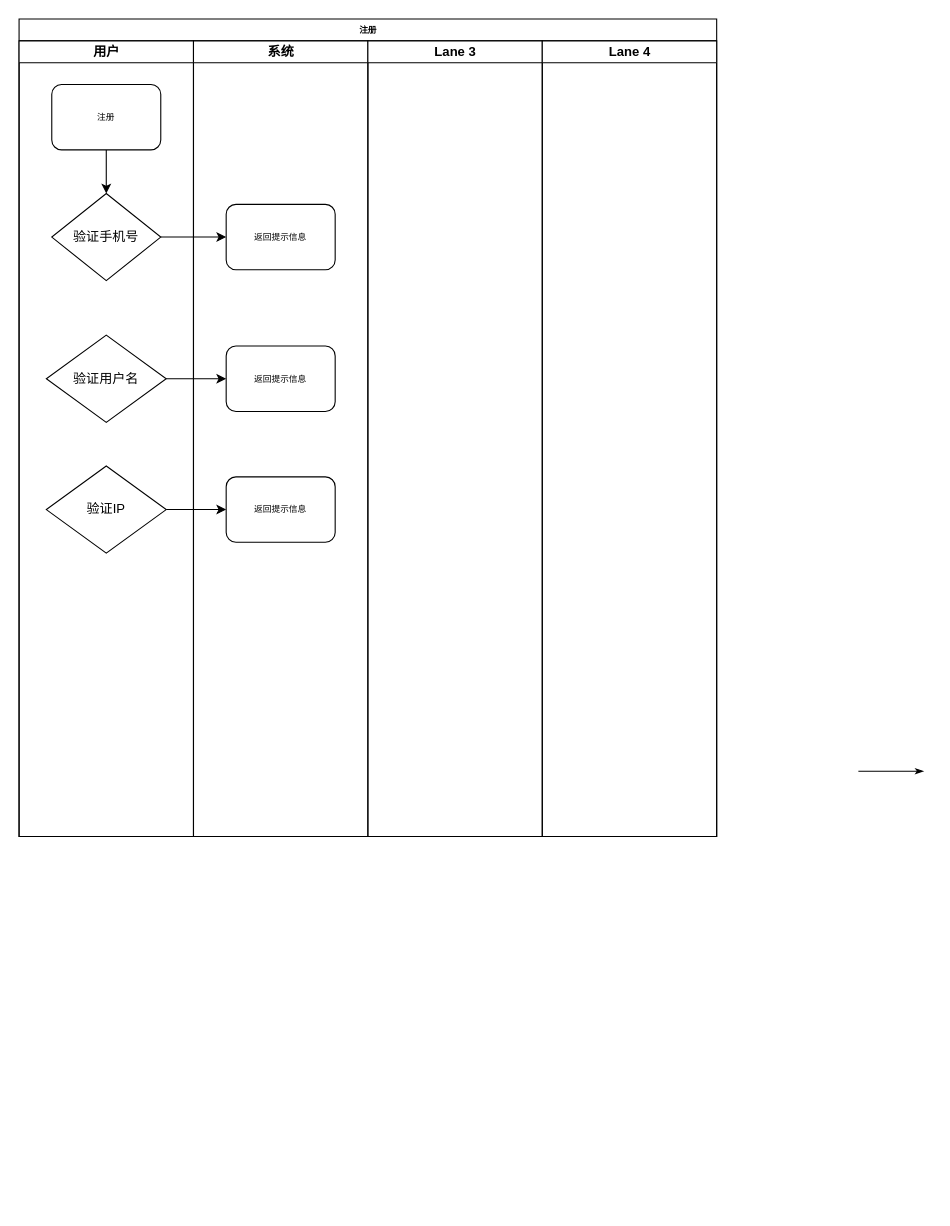
This is 注册登录.drawio from chendong-1/draw, a draw.io file, before an edit. Source tidied: cells renumbered, new cells numbered last; positions are measured from the earlier drawing's top-left corner, leaving out a move shared by most shapes. Both pictures are drawn from the tidied source at 109%, with x=0, y=0 at pixel (19, 19).
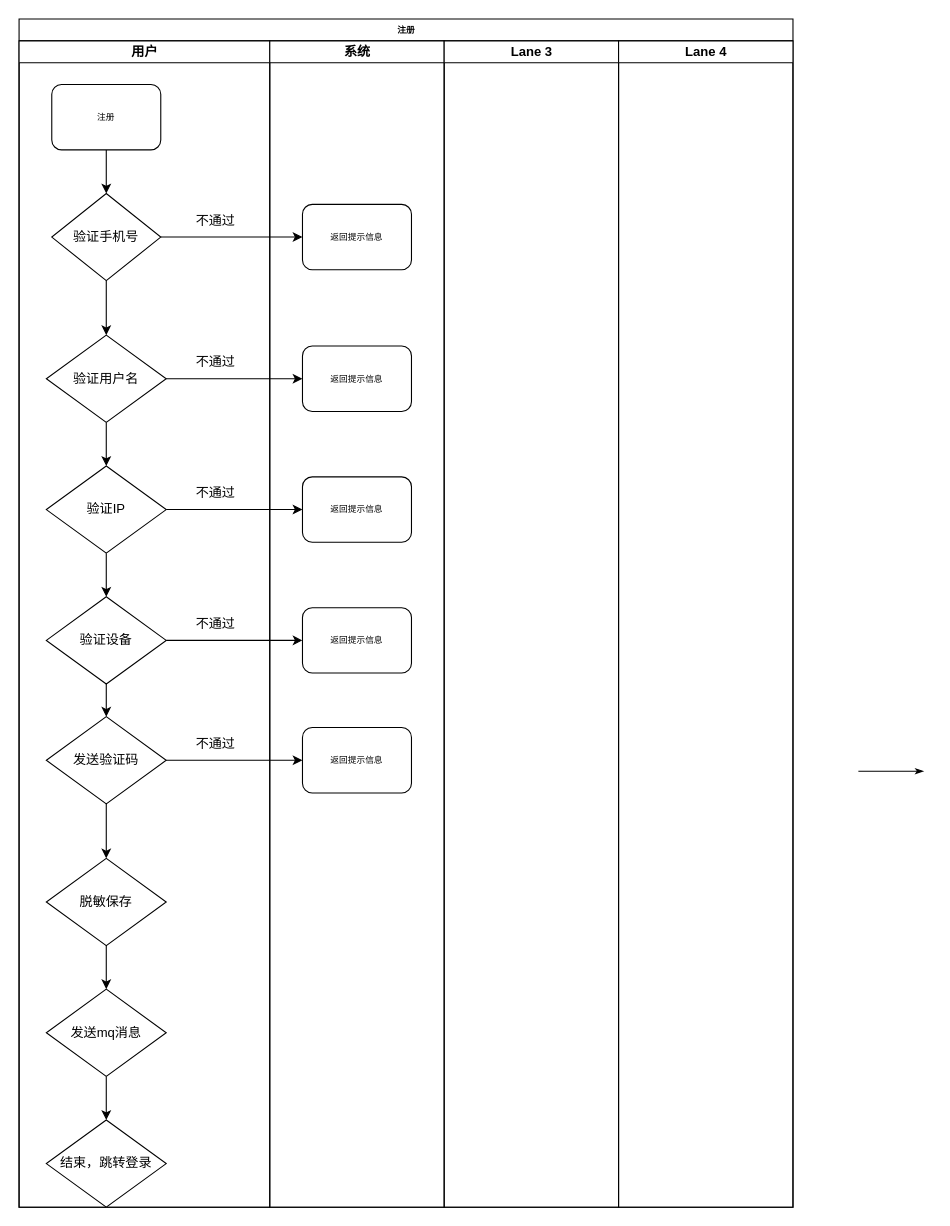
Above is the later version.

Commit message (it also covers changes not shown here):
更新注册登录.drawio

Unchanged cells that the change refers to:
```xml
<mxCell id="5" value="验证手机号" style="rhombus;whiteSpace=wrap;html=1;" parent="3" vertex="1">
  <mxGeometry x="30" y="140" width="100" height="80" as="geometry" />
</mxCell>
<mxCell id="7" value="验证用户名" style="rhombus;whiteSpace=wrap;html=1;" parent="3" vertex="1">
  <mxGeometry x="25" y="270" width="110" height="80" as="geometry" />
</mxCell>
<mxCell id="8" value="验证IP" style="rhombus;whiteSpace=wrap;html=1;" parent="3" vertex="1">
  <mxGeometry x="25" y="390" width="110" height="80" as="geometry" />
</mxCell>
```

What changed in the source:
```diff
@@
     <mxCell id="2" value="注册" style="swimlane;html=1;startSize=20;rounded=0;shadow=0;labelBackgroundColor=none;strokeWidth=1;fontFamily=Verdana;fontSize=8;align=center;" parent="1" vertex="1">
-      <mxGeometry width="640" height="750" as="geometry" />
+      <mxGeometry width="710" height="1090" as="geometry" />
     </mxCell>
+    <mxCell id="9" style="edgeStyle=orthogonalEdgeStyle;rounded=1;html=1;labelBackgroundColor=none;startArrow=none;startFill=0;startSize=5;endArrow=classicThin;endFill=1;endSize=5;jettySize=auto;orthogonalLoop=1;strokeWidth=1;fontFamily=Verdana;fontSize=8;" parent="2" edge="1">
+      <mxGeometry relative="1" as="geometry">
+        <mxPoint x="770" y="690" as="sourcePoint" />
+        <mxPoint x="830" y="690" as="targetPoint" />
+      </mxGeometry>
+    </mxCell>
     <mxCell id="3" value="用户" style="swimlane;html=1;startSize=20;" parent="2" vertex="1">
-      <mxGeometry y="20" width="160" height="730" as="geometry" />
+      <mxGeometry y="20" width="230" height="1070" as="geometry" />
     </mxCell>
@@
+    <mxCell id="19" style="edgeStyle=orthogonalEdgeStyle;rounded=0;jettySize=auto;html=1;" parent="3" edge="1" source="5" target="7">
+      <mxGeometry relative="1" as="geometry" />
+    </mxCell>
@@
+    <mxCell id="20" style="edgeStyle=orthogonalEdgeStyle;rounded=0;jettySize=auto;html=1;" parent="3" edge="1" source="7" target="8">
+      <mxGeometry relative="1" as="geometry" />
+    </mxCell>
@@
+    <mxCell id="21" style="edgeStyle=orthogonalEdgeStyle;rounded=0;jettySize=auto;html=1;" parent="3" edge="1" source="8" target="23">
+      <mxGeometry relative="1" as="geometry" />
+    </mxCell>
@@
-    <mxCell id="9" style="edgeStyle=orthogonalEdgeStyle;rounded=1;html=1;labelBackgroundColor=none;startArrow=none;startFill=0;startSize=5;endArrow=classicThin;endFill=1;endSize=5;jettySize=auto;orthogonalLoop=1;strokeWidth=1;fontFamily=Verdana;fontSize=8;" parent="2" edge="1">
-      <mxGeometry relative="1" as="geometry">
-        <mxPoint x="770" y="690" as="sourcePoint" />
-        <mxPoint x="830" y="690" as="targetPoint" />
-      </mxGeometry>
-    </mxCell>
+    <mxCell id="22" style="edgeStyle=orthogonalEdgeStyle;rounded=0;jettySize=auto;html=1;" parent="3" edge="1" source="23" target="25">
+      <mxGeometry relative="1" as="geometry" />
+    </mxCell>
+    <mxCell id="23" value="验证设备" style="rhombus;whiteSpace=wrap;html=1;" parent="3" vertex="1">
+      <mxGeometry x="25" y="510" width="110" height="80" as="geometry" />
+    </mxCell>
+    <mxCell id="24" style="edgeStyle=orthogonalEdgeStyle;rounded=0;jettySize=auto;html=1;" parent="3" edge="1" source="25" target="27">
+      <mxGeometry relative="1" as="geometry" />
+    </mxCell>
+    <mxCell id="25" value="发送验证码" style="rhombus;whiteSpace=wrap;html=1;" parent="3" vertex="1">
+      <mxGeometry x="25" y="620" width="110" height="80" as="geometry" />
+    </mxCell>
+    <mxCell id="26" style="edgeStyle=orthogonalEdgeStyle;rounded=0;jettySize=auto;html=1;" parent="3" edge="1" source="27" target="29">
+      <mxGeometry relative="1" as="geometry" />
+    </mxCell>
+    <mxCell id="27" value="脱敏保存" style="rhombus;whiteSpace=wrap;html=1;" parent="3" vertex="1">
+      <mxGeometry x="25" y="750" width="110" height="80" as="geometry" />
+    </mxCell>
+    <mxCell id="28" style="edgeStyle=orthogonalEdgeStyle;rounded=0;jettySize=auto;html=1;" parent="3" edge="1" source="29" target="30">
+      <mxGeometry relative="1" as="geometry" />
+    </mxCell>
+    <mxCell id="29" value="发送mq消息" style="rhombus;whiteSpace=wrap;html=1;" parent="3" vertex="1">
+      <mxGeometry x="25" y="870" width="110" height="80" as="geometry" />
+    </mxCell>
+    <mxCell id="30" value="结束，跳转登录" style="rhombus;whiteSpace=wrap;html=1;" parent="3" vertex="1">
+      <mxGeometry x="25" y="990" width="110" height="80" as="geometry" />
+    </mxCell>
+    <mxCell id="31" value="不通过" style="text;html=1;align=center;verticalAlign=middle;strokeColor=none;fillColor=none;" parent="3" vertex="1">
+      <mxGeometry x="150" y="280" width="60" height="30" as="geometry" />
+    </mxCell>
+    <mxCell id="32" value="不通过" style="text;html=1;align=center;verticalAlign=middle;strokeColor=none;fillColor=none;" parent="3" vertex="1">
+      <mxGeometry x="150" y="150" width="60" height="30" as="geometry" />
+    </mxCell>
+    <mxCell id="33" value="不通过" style="text;html=1;align=center;verticalAlign=middle;strokeColor=none;fillColor=none;" parent="3" vertex="1">
+      <mxGeometry x="150" y="400" width="60" height="30" as="geometry" />
+    </mxCell>
+    <mxCell id="34" value="不通过" style="text;html=1;align=center;verticalAlign=middle;strokeColor=none;fillColor=none;" parent="3" vertex="1">
+      <mxGeometry x="150" y="520" width="60" height="30" as="geometry" />
+    </mxCell>
+    <mxCell id="35" value="不通过" style="text;html=1;align=center;verticalAlign=middle;strokeColor=none;fillColor=none;" parent="3" vertex="1">
+      <mxGeometry x="150" y="630" width="60" height="30" as="geometry" />
+    </mxCell>
     <mxCell id="10" value="系统" style="swimlane;html=1;startSize=20;" parent="2" vertex="1">
-      <mxGeometry x="160" y="20" width="160" height="730" as="geometry" />
+      <mxGeometry x="230" y="20" width="160" height="1070" as="geometry" />
     </mxCell>
@@
+    <mxCell id="36" value="返回提示信息" style="rounded=1;whiteSpace=wrap;html=1;shadow=0;labelBackgroundColor=none;strokeWidth=1;fontFamily=Verdana;fontSize=8;align=center;" parent="10" vertex="1">
+      <mxGeometry x="30" y="520" width="100" height="60" as="geometry" />
+    </mxCell>
+    <mxCell id="37" value="返回提示信息" style="rounded=1;whiteSpace=wrap;html=1;shadow=0;labelBackgroundColor=none;strokeWidth=1;fontFamily=Verdana;fontSize=8;align=center;" parent="10" vertex="1">
+      <mxGeometry x="30" y="630" width="100" height="60" as="geometry" />
+    </mxCell>
     <mxCell id="14" value="Lane 3" style="swimlane;html=1;startSize=20;" parent="2" vertex="1">
-      <mxGeometry x="320" y="20" width="160" height="730" as="geometry" />
+      <mxGeometry x="390" y="20" width="160" height="1070" as="geometry" />
     </mxCell>
     <mxCell id="15" value="Lane 4" style="swimlane;html=1;startSize=20;" parent="2" vertex="1">
-      <mxGeometry x="480" y="20" width="160" height="730" as="geometry" />
+      <mxGeometry x="550" y="20" width="160" height="1070" as="geometry" />
     </mxCell>
@@
+    <mxCell id="38" style="edgeStyle=orthogonalEdgeStyle;rounded=0;jettySize=auto;html=1;" parent="2" edge="1" source="23" target="36">
+      <mxGeometry relative="1" as="geometry" />
+    </mxCell>
+    <mxCell id="39" style="edgeStyle=orthogonalEdgeStyle;rounded=0;jettySize=auto;html=1;exitX=1;exitY=0.5;exitDx=0;exitDy=0;entryX=0;entryY=0.5;entryDx=0;entryDy=0;" parent="2" edge="1" source="25" target="37">
+      <mxGeometry relative="1" as="geometry">
+        <Array as="points">
+          <mxPoint x="200" y="680" />
+          <mxPoint x="200" y="680" />
+        </Array>
+      </mxGeometry>
+    </mxCell>
```
